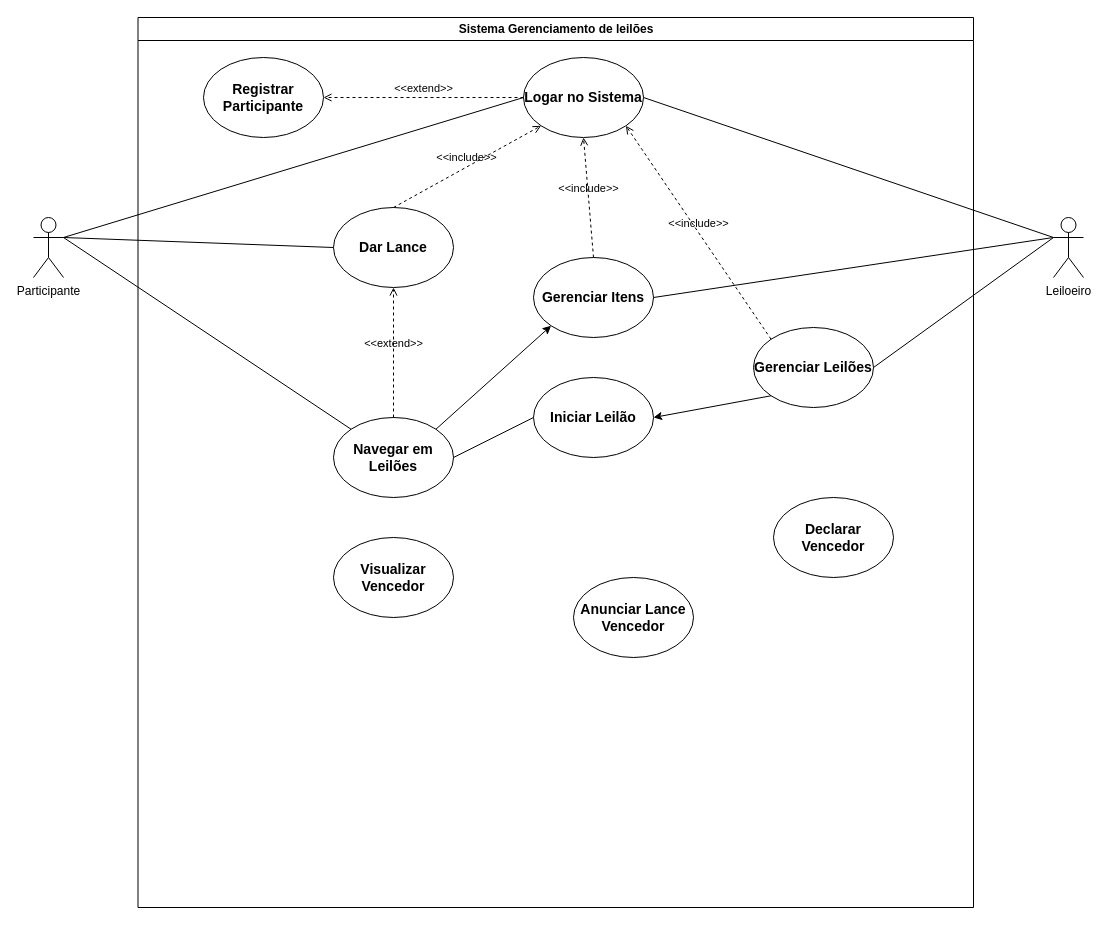
Earlier version of the draw.io diagram Diagrama_Casos_de_Uso_Sistema_Leilao.drawio (18carica/ASPI). Source tidied: cells renumbered, new cells numbered last; positions are measured from the earlier drawing's top-left corner, leaving out a move shared by most shapes. Both pictures are drawn from the tidied source at 100%, with x=0, y=0 at pixel (33, 17).
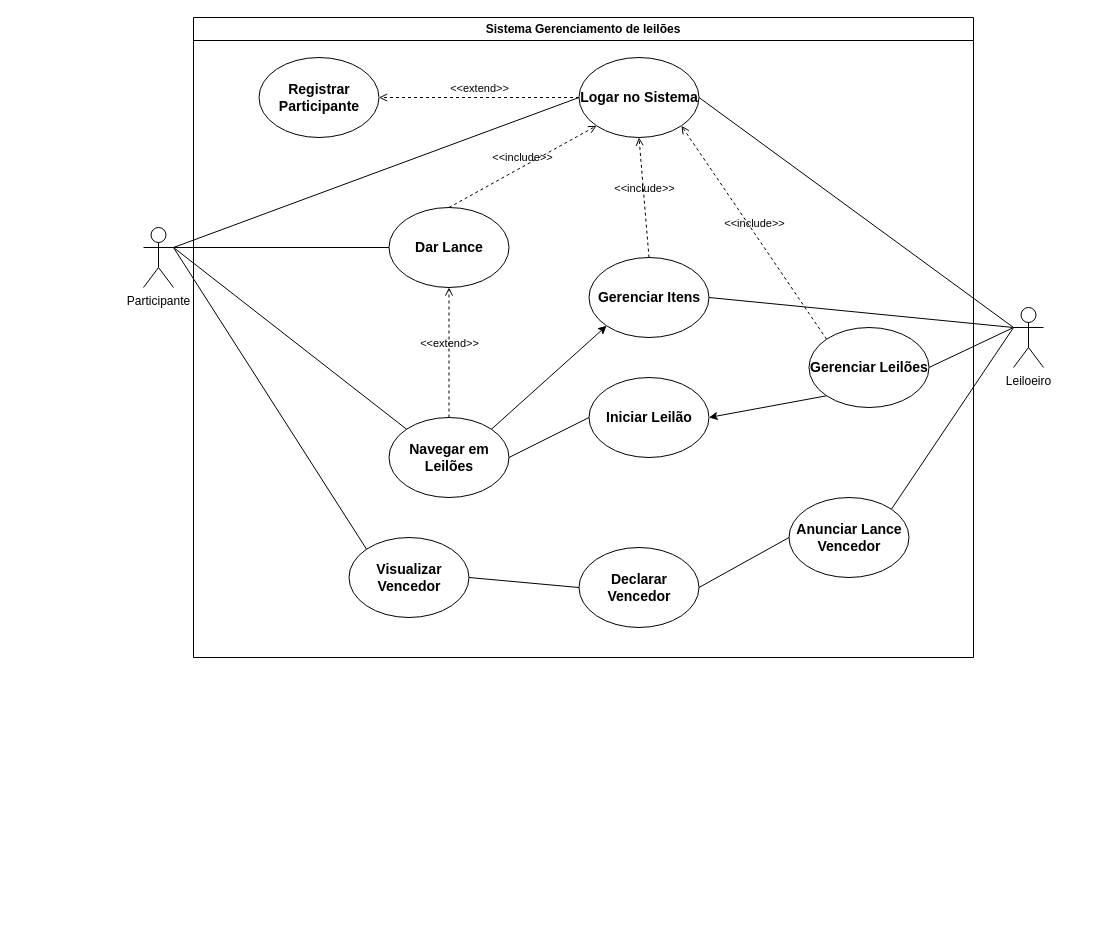
After the change.

What changed in the source:
```diff
@@
     <mxCell id="2" value="Sistema Gerenciamento de leilões" style="swimlane;whiteSpace=wrap;html=1;" parent="1" vertex="1">
-      <mxGeometry x="104.5" width="835.5" height="890" as="geometry" />
+      <mxGeometry x="160" width="780" height="640" as="geometry" />
     </mxCell>
@@
     <mxCell id="8" value="&lt;h3 class=&quot;western&quot;&gt;&lt;strong&gt;Anunciar Lance Vencedor&lt;/strong&gt;&lt;/h3&gt;" style="ellipse;whiteSpace=wrap;html=1;direction=west;" parent="2" vertex="1">
-      <mxGeometry x="435.5" y="560" width="120" height="80" as="geometry" />
+      <mxGeometry x="595.5" y="480" width="120" height="80" as="geometry" />
     </mxCell>
@@
     <mxCell id="10" value="&lt;h3 class=&quot;western&quot;&gt;&lt;strong&gt;Visualizar Vencedor&lt;/strong&gt;&lt;/h3&gt;" style="ellipse;whiteSpace=wrap;html=1;" parent="2" vertex="1">
-      <mxGeometry x="195.5" y="520" width="120" height="80" as="geometry" />
+      <mxGeometry x="155.5" y="520" width="120" height="80" as="geometry" />
     </mxCell>
@@
     <mxCell id="12" value="&lt;h3 class=&quot;western&quot;&gt;&lt;strong&gt;Declarar Vencedor&lt;/strong&gt;&lt;/h3&gt;" style="ellipse;whiteSpace=wrap;html=1;" parent="2" vertex="1">
-      <mxGeometry x="635.5" y="480" width="120" height="80" as="geometry" />
+      <mxGeometry x="385.5" y="530" width="120" height="80" as="geometry" />
     </mxCell>
@@
+    <mxCell id="29" style="endArrow=none;html=1;rounded=0;entryX=1;entryY=0.5;entryDx=0;entryDy=0;exitX=1;exitY=0.5;exitDx=0;exitDy=0;" parent="2" edge="1" source="12" target="8">
+      <mxGeometry relative="1" as="geometry" />
+    </mxCell>
+    <mxCell id="30" style="endArrow=none;html=1;rounded=0;exitX=1;exitY=0.5;exitDx=0;exitDy=0;entryX=0;entryY=0.5;entryDx=0;entryDy=0;" parent="2" edge="1" source="10" target="12">
+      <mxGeometry relative="1" as="geometry" />
+    </mxCell>
     <mxCell id="21" value="Participante" style="shape=umlActor;verticalLabelPosition=bottom;verticalAlign=top;html=1;outlineConnect=0;" parent="1" vertex="1">
-      <mxGeometry y="200" width="30" height="60" as="geometry" />
+      <mxGeometry x="110" y="210" width="30" height="60" as="geometry" />
     </mxCell>
     <mxCell id="22" value="Leiloeiro" style="shape=umlActor;verticalLabelPosition=bottom;verticalAlign=top;html=1;outlineConnect=0;" parent="1" vertex="1">
-      <mxGeometry x="1020" y="200" width="30" height="60" as="geometry" />
+      <mxGeometry x="980" y="290" width="30" height="60" as="geometry" />
     </mxCell>
@@
+    <mxCell id="31" style="endArrow=none;html=1;rounded=0;entryX=1;entryY=0.3333333333333333;entryDx=0;entryDy=0;entryPerimeter=0;exitX=0;exitY=0;exitDx=0;exitDy=0;" parent="1" edge="1" source="10" target="21">
+      <mxGeometry relative="1" as="geometry" />
+    </mxCell>
+    <mxCell id="32" style="endArrow=none;html=1;rounded=0;entryX=0;entryY=0.3333333333333333;entryDx=0;entryDy=0;entryPerimeter=0;exitX=0;exitY=1;exitDx=0;exitDy=0;" parent="1" edge="1" source="8" target="22">
+      <mxGeometry relative="1" as="geometry" />
+    </mxCell>
```
